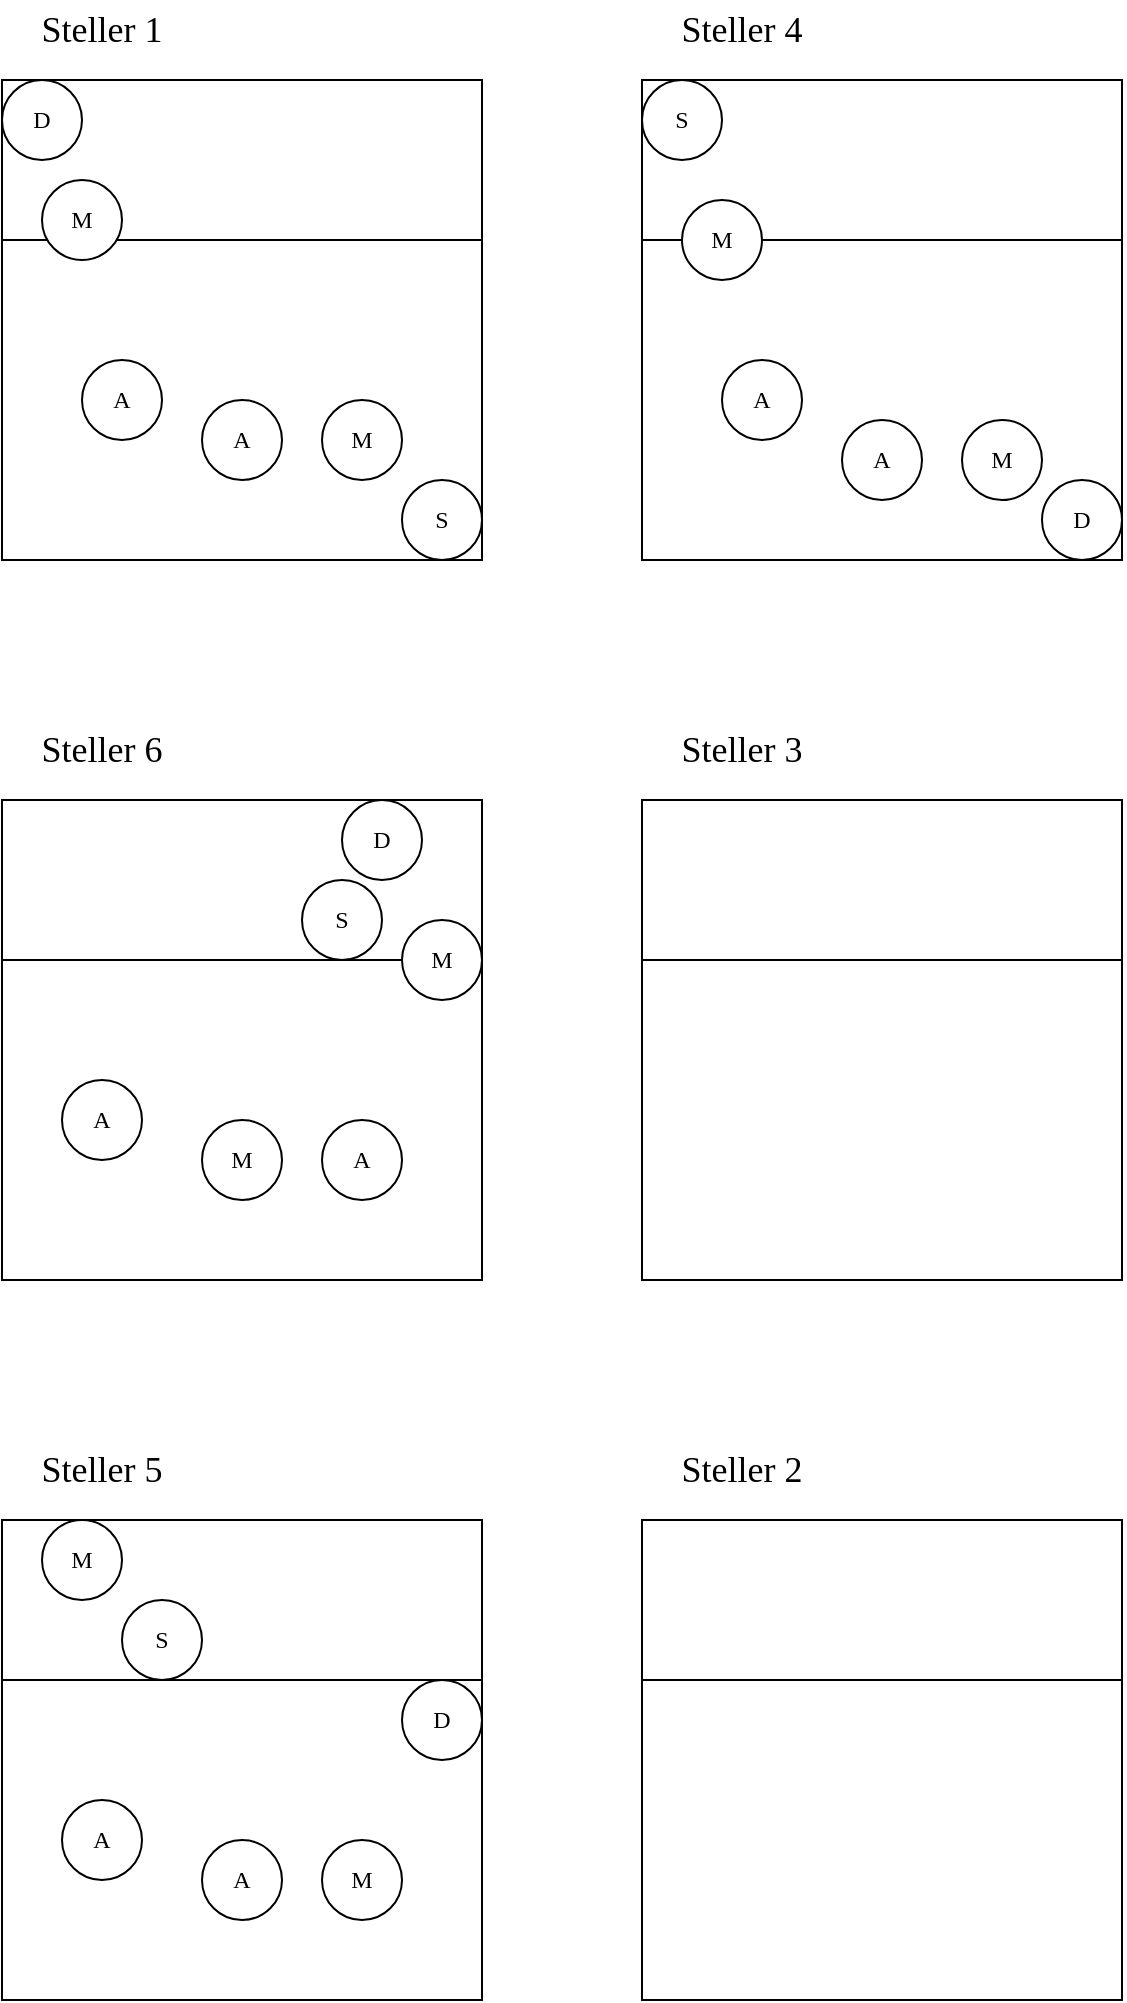
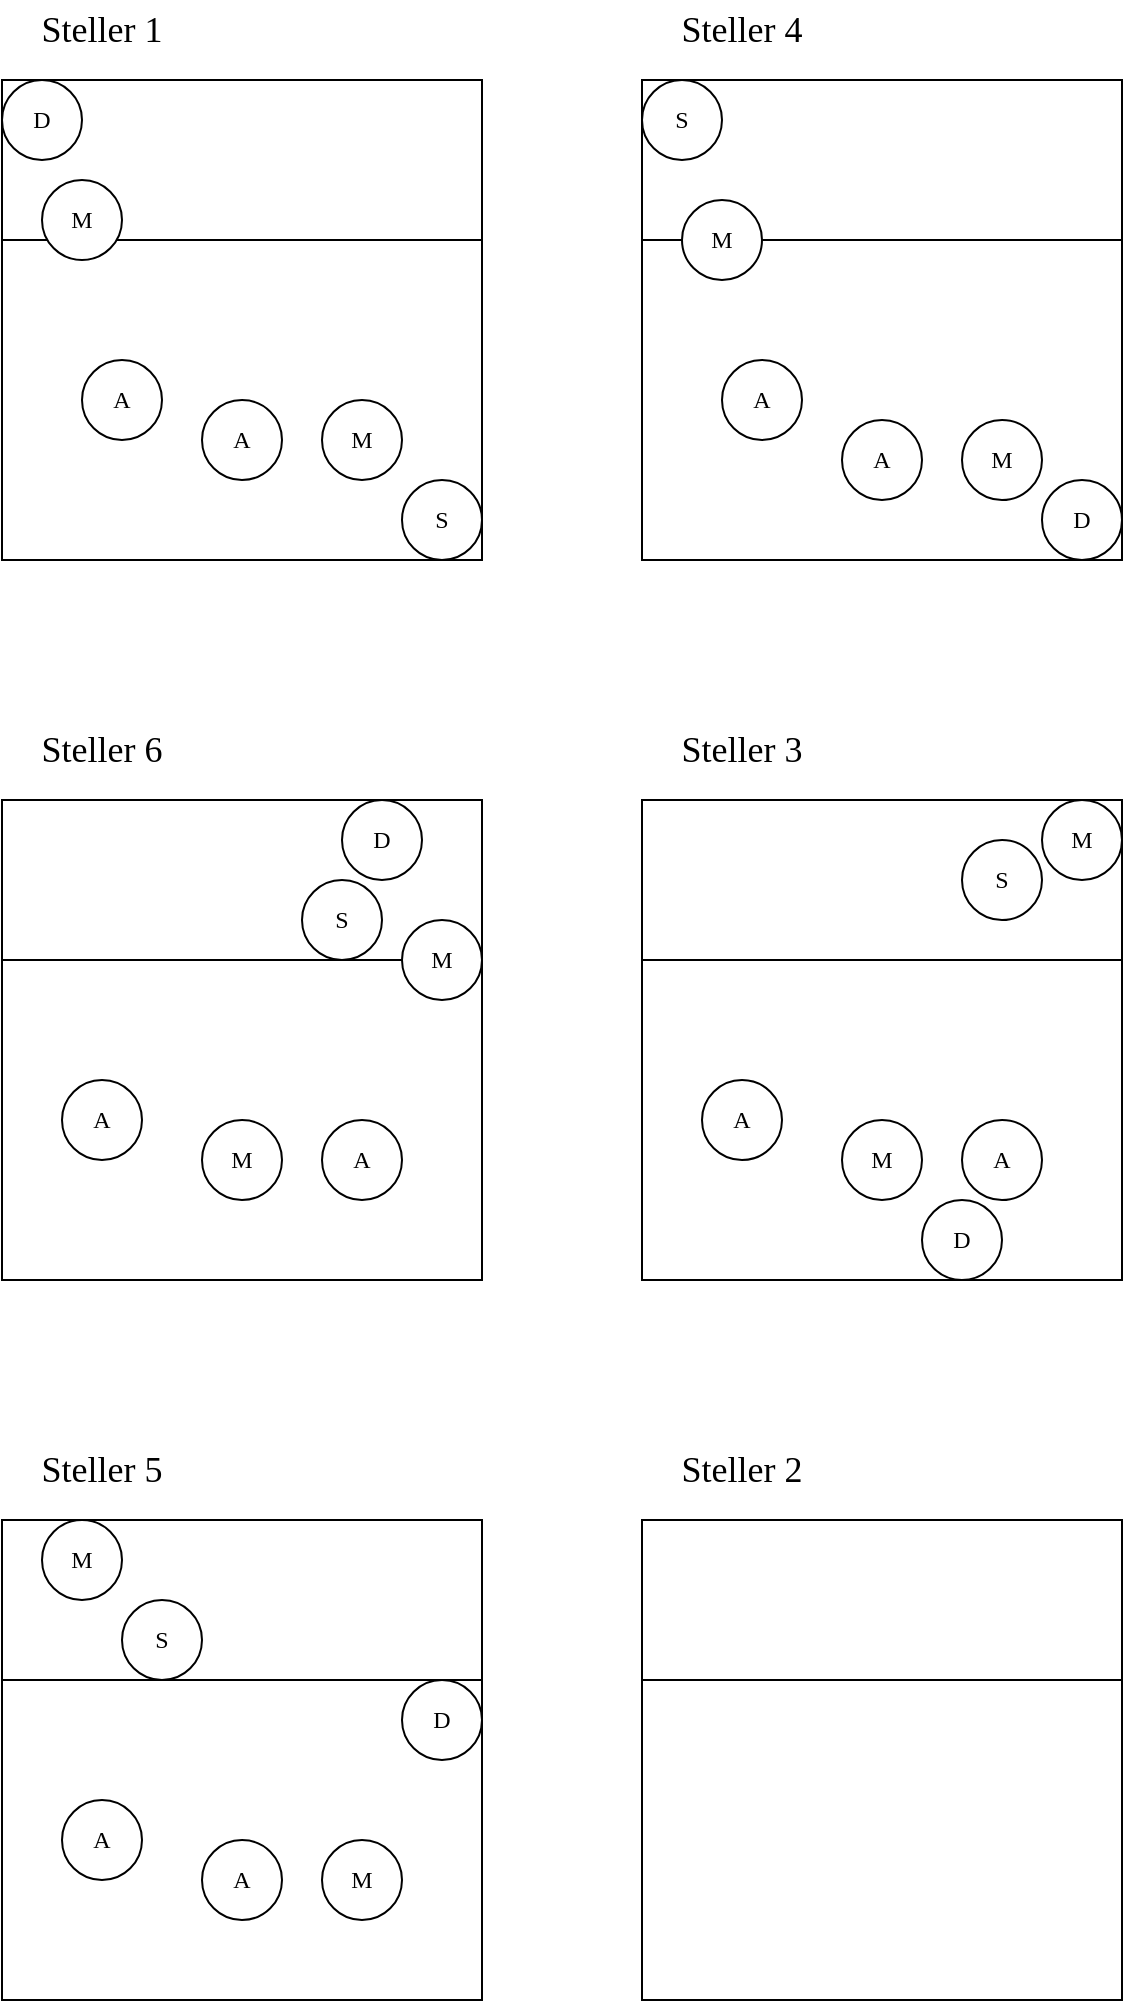
<mxfile host="app.diagrams.net">
  <diagram name="Page-1" id="OZOCQDVCYjE2PKczYgdL">
    <mxGraphModel dx="1885" dy="1025" grid="1" gridSize="10" guides="1" tooltips="1" connect="1" arrows="1" fold="1" page="1" pageScale="1" pageWidth="827" pageHeight="1169" math="0" shadow="0">
      <root>
        <mxCell id="0" />
        <mxCell id="1" parent="0" />
        <mxCell id="zb2oqQAUZKD-O9AmmNM2-22" connectable="0" parent="1" style="group" value="" vertex="1">
          <mxGeometry height="280" width="240" x="120" y="80" as="geometry" />
        </mxCell>
        <mxCell id="zb2oqQAUZKD-O9AmmNM2-3" connectable="0" parent="zb2oqQAUZKD-O9AmmNM2-22" style="group" value="" vertex="1">
          <mxGeometry height="240" width="240" y="40" as="geometry" />
        </mxCell>
        <mxCell id="zb2oqQAUZKD-O9AmmNM2-1" parent="zb2oqQAUZKD-O9AmmNM2-3" style="rounded=0;whiteSpace=wrap;html=1;" value="" vertex="1">
          <mxGeometry height="240" width="240" as="geometry" />
        </mxCell>
        <mxCell id="zb2oqQAUZKD-O9AmmNM2-2" edge="1" parent="zb2oqQAUZKD-O9AmmNM2-3" style="endArrow=none;html=1;rounded=0;" value="">
          <mxGeometry height="50" relative="1" width="50" as="geometry">
            <mxPoint y="80" as="sourcePoint" />
            <mxPoint x="240" y="80" as="targetPoint" />
          </mxGeometry>
        </mxCell>
        <mxCell id="zb2oqQAUZKD-O9AmmNM2-33" parent="zb2oqQAUZKD-O9AmmNM2-3" style="ellipse;whiteSpace=wrap;html=1;aspect=fixed;" value="&lt;font face=&quot;Fira Code&quot;&gt;S&lt;/font&gt;" vertex="1">
          <mxGeometry height="40" width="40" x="200" y="200" as="geometry" />
        </mxCell>
        <mxCell id="zb2oqQAUZKD-O9AmmNM2-34" parent="zb2oqQAUZKD-O9AmmNM2-3" style="ellipse;whiteSpace=wrap;html=1;aspect=fixed;" value="&lt;font face=&quot;Fira Code&quot;&gt;D&lt;/font&gt;" vertex="1">
          <mxGeometry height="40" width="40" as="geometry" />
        </mxCell>
        <mxCell id="zb2oqQAUZKD-O9AmmNM2-38" parent="zb2oqQAUZKD-O9AmmNM2-3" style="ellipse;whiteSpace=wrap;html=1;aspect=fixed;" value="&lt;font face=&quot;Fira Code&quot;&gt;M&lt;/font&gt;" vertex="1">
          <mxGeometry height="40" width="40" x="20" y="50" as="geometry" />
        </mxCell>
        <mxCell id="zb2oqQAUZKD-O9AmmNM2-35" parent="zb2oqQAUZKD-O9AmmNM2-3" style="ellipse;whiteSpace=wrap;html=1;aspect=fixed;" value="&lt;font face=&quot;Fira Code&quot;&gt;A&lt;/font&gt;" vertex="1">
          <mxGeometry height="40" width="40" x="40" y="140" as="geometry" />
        </mxCell>
        <mxCell id="zb2oqQAUZKD-O9AmmNM2-40" parent="zb2oqQAUZKD-O9AmmNM2-3" style="ellipse;whiteSpace=wrap;html=1;aspect=fixed;" value="&lt;font face=&quot;Fira Code&quot;&gt;A&lt;/font&gt;" vertex="1">
          <mxGeometry height="40" width="40" x="100" y="160" as="geometry" />
        </mxCell>
        <mxCell id="zb2oqQAUZKD-O9AmmNM2-41" parent="zb2oqQAUZKD-O9AmmNM2-3" style="ellipse;whiteSpace=wrap;html=1;aspect=fixed;" value="&lt;font face=&quot;Fira Code&quot;&gt;M&lt;/font&gt;" vertex="1">
          <mxGeometry height="40" width="40" x="160" y="160" as="geometry" />
        </mxCell>
        <mxCell id="zb2oqQAUZKD-O9AmmNM2-21" parent="zb2oqQAUZKD-O9AmmNM2-22" style="text;html=1;whiteSpace=wrap;strokeColor=none;fillColor=none;align=center;verticalAlign=middle;rounded=0;" value="&lt;font face=&quot;Fira Code&quot; style=&quot;font-size: 18px;&quot;&gt;Steller 1&lt;/font&gt;" vertex="1">
          <mxGeometry height="30" width="100" as="geometry" />
        </mxCell>
        <mxCell id="zb2oqQAUZKD-O9AmmNM2-24" connectable="0" parent="1" style="group" value="" vertex="1">
          <mxGeometry height="280" width="240" x="120" y="440" as="geometry" />
        </mxCell>
        <mxCell id="zb2oqQAUZKD-O9AmmNM2-4" connectable="0" parent="zb2oqQAUZKD-O9AmmNM2-24" style="group" value="" vertex="1">
          <mxGeometry height="240" width="240" y="40" as="geometry" />
        </mxCell>
        <mxCell id="zb2oqQAUZKD-O9AmmNM2-5" parent="zb2oqQAUZKD-O9AmmNM2-4" style="rounded=0;whiteSpace=wrap;html=1;" value="" vertex="1">
          <mxGeometry height="240" width="240" as="geometry" />
        </mxCell>
        <mxCell id="zb2oqQAUZKD-O9AmmNM2-6" edge="1" parent="zb2oqQAUZKD-O9AmmNM2-4" style="endArrow=none;html=1;rounded=0;" value="">
          <mxGeometry height="50" relative="1" width="50" as="geometry">
            <mxPoint y="80" as="sourcePoint" />
            <mxPoint x="240" y="80" as="targetPoint" />
          </mxGeometry>
        </mxCell>
        <mxCell id="zb2oqQAUZKD-O9AmmNM2-42" parent="zb2oqQAUZKD-O9AmmNM2-4" style="ellipse;whiteSpace=wrap;html=1;aspect=fixed;" value="&lt;font face=&quot;Fira Code&quot;&gt;S&lt;/font&gt;" vertex="1">
          <mxGeometry height="40" width="40" x="150" y="40" as="geometry" />
        </mxCell>
        <mxCell id="zb2oqQAUZKD-O9AmmNM2-43" parent="zb2oqQAUZKD-O9AmmNM2-4" style="ellipse;whiteSpace=wrap;html=1;aspect=fixed;" value="&lt;font face=&quot;Fira Code&quot;&gt;A&lt;/font&gt;" vertex="1">
          <mxGeometry height="40" width="40" x="160" y="160" as="geometry" />
        </mxCell>
        <mxCell id="zb2oqQAUZKD-O9AmmNM2-44" parent="zb2oqQAUZKD-O9AmmNM2-4" style="ellipse;whiteSpace=wrap;html=1;aspect=fixed;" value="&lt;font face=&quot;Fira Code&quot;&gt;M&lt;/font&gt;" vertex="1">
          <mxGeometry height="40" width="40" x="100" y="160" as="geometry" />
        </mxCell>
        <mxCell id="zb2oqQAUZKD-O9AmmNM2-45" parent="zb2oqQAUZKD-O9AmmNM2-4" style="ellipse;whiteSpace=wrap;html=1;aspect=fixed;" value="&lt;font face=&quot;Fira Code&quot;&gt;A&lt;/font&gt;" vertex="1">
          <mxGeometry height="40" width="40" x="30" y="140" as="geometry" />
        </mxCell>
        <mxCell id="zb2oqQAUZKD-O9AmmNM2-46" parent="zb2oqQAUZKD-O9AmmNM2-4" style="ellipse;whiteSpace=wrap;html=1;aspect=fixed;" value="&lt;font face=&quot;Fira Code&quot;&gt;M&lt;/font&gt;" vertex="1">
          <mxGeometry height="40" width="40" x="200" y="60" as="geometry" />
        </mxCell>
        <mxCell id="zb2oqQAUZKD-O9AmmNM2-47" parent="zb2oqQAUZKD-O9AmmNM2-4" style="ellipse;whiteSpace=wrap;html=1;aspect=fixed;" value="&lt;font face=&quot;Fira Code&quot;&gt;D&lt;/font&gt;" vertex="1">
          <mxGeometry height="40" width="40" x="170" as="geometry" />
        </mxCell>
        <mxCell id="zb2oqQAUZKD-O9AmmNM2-23" parent="zb2oqQAUZKD-O9AmmNM2-24" style="text;html=1;whiteSpace=wrap;strokeColor=none;fillColor=none;align=center;verticalAlign=middle;rounded=0;" value="&lt;font face=&quot;Fira Code&quot; style=&quot;font-size: 18px;&quot;&gt;Steller 6&lt;/font&gt;" vertex="1">
          <mxGeometry height="30" width="100" as="geometry" />
        </mxCell>
        <mxCell id="zb2oqQAUZKD-O9AmmNM2-26" connectable="0" parent="1" style="group" value="" vertex="1">
          <mxGeometry height="280" width="240" x="120" y="800" as="geometry" />
        </mxCell>
        <mxCell id="zb2oqQAUZKD-O9AmmNM2-7" connectable="0" parent="zb2oqQAUZKD-O9AmmNM2-26" style="group" value="" vertex="1">
          <mxGeometry height="240" width="240" y="40" as="geometry" />
        </mxCell>
        <mxCell id="zb2oqQAUZKD-O9AmmNM2-8" parent="zb2oqQAUZKD-O9AmmNM2-7" style="rounded=0;whiteSpace=wrap;html=1;" value="" vertex="1">
          <mxGeometry height="240" width="240" as="geometry" />
        </mxCell>
        <mxCell id="zb2oqQAUZKD-O9AmmNM2-9" edge="1" parent="zb2oqQAUZKD-O9AmmNM2-7" style="endArrow=none;html=1;rounded=0;" value="">
          <mxGeometry height="50" relative="1" width="50" as="geometry">
            <mxPoint y="80" as="sourcePoint" />
            <mxPoint x="240" y="80" as="targetPoint" />
          </mxGeometry>
        </mxCell>
        <mxCell id="AQSm3BmQBUWCDuCb71Ed-1" parent="zb2oqQAUZKD-O9AmmNM2-7" style="ellipse;whiteSpace=wrap;html=1;aspect=fixed;direction=south;" value="&lt;font face=&quot;Fira Code&quot;&gt;S&lt;/font&gt;" vertex="1">
          <mxGeometry height="40" width="40" x="60" y="40" as="geometry" />
        </mxCell>
        <mxCell id="AQSm3BmQBUWCDuCb71Ed-2" parent="zb2oqQAUZKD-O9AmmNM2-7" style="ellipse;whiteSpace=wrap;html=1;aspect=fixed;" value="&lt;font face=&quot;Fira Code&quot;&gt;M&lt;/font&gt;" vertex="1">
          <mxGeometry height="40" width="40" x="20" as="geometry" />
        </mxCell>
        <mxCell id="AQSm3BmQBUWCDuCb71Ed-3" parent="zb2oqQAUZKD-O9AmmNM2-7" style="ellipse;whiteSpace=wrap;html=1;aspect=fixed;" value="&lt;font face=&quot;Fira Code&quot;&gt;M&lt;/font&gt;" vertex="1">
          <mxGeometry height="40" width="40" x="160" y="160" as="geometry" />
        </mxCell>
        <mxCell id="AQSm3BmQBUWCDuCb71Ed-4" parent="zb2oqQAUZKD-O9AmmNM2-7" style="ellipse;whiteSpace=wrap;html=1;aspect=fixed;" value="&lt;font face=&quot;Fira Code&quot;&gt;A&lt;/font&gt;" vertex="1">
          <mxGeometry height="40" width="40" x="100" y="160" as="geometry" />
        </mxCell>
        <mxCell id="AQSm3BmQBUWCDuCb71Ed-5" parent="zb2oqQAUZKD-O9AmmNM2-7" style="ellipse;whiteSpace=wrap;html=1;aspect=fixed;" value="&lt;font face=&quot;Fira Code&quot;&gt;A&lt;/font&gt;" vertex="1">
          <mxGeometry height="40" width="40" x="30" y="140" as="geometry" />
        </mxCell>
        <mxCell id="AQSm3BmQBUWCDuCb71Ed-6" parent="zb2oqQAUZKD-O9AmmNM2-7" style="ellipse;whiteSpace=wrap;html=1;aspect=fixed;" value="&lt;font face=&quot;Fira Code&quot;&gt;D&lt;/font&gt;" vertex="1">
          <mxGeometry height="40" width="40" x="200" y="80" as="geometry" />
        </mxCell>
        <mxCell id="zb2oqQAUZKD-O9AmmNM2-25" parent="zb2oqQAUZKD-O9AmmNM2-26" style="text;html=1;whiteSpace=wrap;strokeColor=none;fillColor=none;align=center;verticalAlign=middle;rounded=0;" value="&lt;font face=&quot;Fira Code&quot; style=&quot;font-size: 18px;&quot;&gt;Steller 5&lt;/font&gt;" vertex="1">
          <mxGeometry height="30" width="100" as="geometry" />
        </mxCell>
        <mxCell id="zb2oqQAUZKD-O9AmmNM2-28" connectable="0" parent="1" style="group" value="" vertex="1">
          <mxGeometry height="280" width="240" x="440" y="80" as="geometry" />
        </mxCell>
        <mxCell id="zb2oqQAUZKD-O9AmmNM2-10" connectable="0" parent="zb2oqQAUZKD-O9AmmNM2-28" style="group" value="" vertex="1">
          <mxGeometry height="240" width="240" y="40" as="geometry" />
        </mxCell>
        <mxCell id="zb2oqQAUZKD-O9AmmNM2-11" parent="zb2oqQAUZKD-O9AmmNM2-10" style="rounded=0;whiteSpace=wrap;html=1;" value="" vertex="1">
          <mxGeometry height="240" width="240" as="geometry" />
        </mxCell>
        <mxCell id="zb2oqQAUZKD-O9AmmNM2-12" edge="1" parent="zb2oqQAUZKD-O9AmmNM2-10" style="endArrow=none;html=1;rounded=0;" value="">
          <mxGeometry height="50" relative="1" width="50" as="geometry">
            <mxPoint y="80" as="sourcePoint" />
            <mxPoint x="240" y="80" as="targetPoint" />
          </mxGeometry>
        </mxCell>
        <mxCell id="AQSm3BmQBUWCDuCb71Ed-7" parent="zb2oqQAUZKD-O9AmmNM2-10" style="ellipse;whiteSpace=wrap;html=1;aspect=fixed;" value="&lt;font face=&quot;Fira Code&quot;&gt;S&lt;/font&gt;" vertex="1">
          <mxGeometry height="40" width="40" as="geometry" />
        </mxCell>
        <mxCell id="AQSm3BmQBUWCDuCb71Ed-9" parent="zb2oqQAUZKD-O9AmmNM2-10" style="ellipse;whiteSpace=wrap;html=1;aspect=fixed;" value="&lt;font face=&quot;Fira Code&quot;&gt;D&lt;/font&gt;" vertex="1">
          <mxGeometry height="40" width="40" x="200" y="200" as="geometry" />
        </mxCell>
        <mxCell id="AQSm3BmQBUWCDuCb71Ed-11" parent="zb2oqQAUZKD-O9AmmNM2-10" style="ellipse;whiteSpace=wrap;html=1;aspect=fixed;" value="&lt;font face=&quot;Fira Code&quot;&gt;M&lt;/font&gt;" vertex="1">
          <mxGeometry height="40" width="40" x="20" y="60" as="geometry" />
        </mxCell>
        <mxCell id="AQSm3BmQBUWCDuCb71Ed-12" parent="zb2oqQAUZKD-O9AmmNM2-10" style="ellipse;whiteSpace=wrap;html=1;aspect=fixed;" value="&lt;font face=&quot;Fira Code&quot;&gt;M&lt;/font&gt;" vertex="1">
          <mxGeometry height="40" width="40" x="160" y="170" as="geometry" />
        </mxCell>
        <mxCell id="AQSm3BmQBUWCDuCb71Ed-10" parent="zb2oqQAUZKD-O9AmmNM2-10" style="ellipse;whiteSpace=wrap;html=1;aspect=fixed;" value="&lt;font face=&quot;Fira Code&quot;&gt;A&lt;/font&gt;" vertex="1">
          <mxGeometry height="40" width="40" x="40" y="140" as="geometry" />
        </mxCell>
        <mxCell id="AQSm3BmQBUWCDuCb71Ed-13" parent="zb2oqQAUZKD-O9AmmNM2-10" style="ellipse;whiteSpace=wrap;html=1;aspect=fixed;" value="&lt;font face=&quot;Fira Code&quot;&gt;A&lt;/font&gt;" vertex="1">
          <mxGeometry height="40" width="40" x="100" y="170" as="geometry" />
        </mxCell>
        <mxCell id="zb2oqQAUZKD-O9AmmNM2-27" parent="zb2oqQAUZKD-O9AmmNM2-28" style="text;html=1;whiteSpace=wrap;strokeColor=none;fillColor=none;align=center;verticalAlign=middle;rounded=0;" value="&lt;font face=&quot;Fira Code&quot; style=&quot;font-size: 18px;&quot;&gt;Steller 4&lt;/font&gt;" vertex="1">
          <mxGeometry height="30" width="100" as="geometry" />
        </mxCell>
        <mxCell id="zb2oqQAUZKD-O9AmmNM2-30" connectable="0" parent="1" style="group" value="" vertex="1">
          <mxGeometry height="280" width="240" x="440" y="440" as="geometry" />
        </mxCell>
        <mxCell id="zb2oqQAUZKD-O9AmmNM2-13" connectable="0" parent="zb2oqQAUZKD-O9AmmNM2-30" style="group" value="" vertex="1">
          <mxGeometry height="240" width="240" y="40" as="geometry" />
        </mxCell>
        <mxCell id="zb2oqQAUZKD-O9AmmNM2-14" parent="zb2oqQAUZKD-O9AmmNM2-13" style="rounded=0;whiteSpace=wrap;html=1;" value="" vertex="1">
          <mxGeometry height="240" width="240" as="geometry" />
        </mxCell>
        <mxCell id="zb2oqQAUZKD-O9AmmNM2-15" edge="1" parent="zb2oqQAUZKD-O9AmmNM2-13" style="endArrow=none;html=1;rounded=0;" value="">
          <mxGeometry height="50" relative="1" width="50" as="geometry">
            <mxPoint y="80" as="sourcePoint" />
            <mxPoint x="240" y="80" as="targetPoint" />
          </mxGeometry>
        </mxCell>
+         <mxCell id="AQSm3BmQBUWCDuCb71Ed-14" parent="zb2oqQAUZKD-O9AmmNM2-13" style="ellipse;whiteSpace=wrap;html=1;aspect=fixed;" value="&lt;font face=&quot;Fira Code&quot;&gt;S&lt;/font&gt;" vertex="1">
+           <mxGeometry height="40" width="40" x="160" y="20" as="geometry" />
+         </mxCell>
+         <mxCell id="AQSm3BmQBUWCDuCb71Ed-15" parent="zb2oqQAUZKD-O9AmmNM2-13" style="ellipse;whiteSpace=wrap;html=1;aspect=fixed;" value="&lt;font face=&quot;Fira Code&quot;&gt;D&lt;/font&gt;" vertex="1">
+           <mxGeometry height="40" width="40" x="140" y="200" as="geometry" />
+         </mxCell>
+         <mxCell id="AQSm3BmQBUWCDuCb71Ed-16" parent="zb2oqQAUZKD-O9AmmNM2-13" style="ellipse;whiteSpace=wrap;html=1;aspect=fixed;" value="&lt;font face=&quot;Fira Code&quot;&gt;A&lt;/font&gt;" vertex="1">
+           <mxGeometry height="40" width="40" x="160" y="160" as="geometry" />
+         </mxCell>
+         <mxCell id="AQSm3BmQBUWCDuCb71Ed-17" parent="zb2oqQAUZKD-O9AmmNM2-13" style="ellipse;whiteSpace=wrap;html=1;aspect=fixed;" value="&lt;font face=&quot;Fira Code&quot;&gt;M&lt;/font&gt;" vertex="1">
+           <mxGeometry height="40" width="40" x="100" y="160" as="geometry" />
+         </mxCell>
+         <mxCell id="AQSm3BmQBUWCDuCb71Ed-18" parent="zb2oqQAUZKD-O9AmmNM2-13" style="ellipse;whiteSpace=wrap;html=1;aspect=fixed;" value="&lt;font face=&quot;Fira Code&quot;&gt;M&lt;/font&gt;" vertex="1">
+           <mxGeometry height="40" width="40" x="200" as="geometry" />
+         </mxCell>
+         <mxCell id="AQSm3BmQBUWCDuCb71Ed-20" parent="zb2oqQAUZKD-O9AmmNM2-13" style="ellipse;whiteSpace=wrap;html=1;aspect=fixed;" value="&lt;font face=&quot;Fira Code&quot;&gt;A&lt;/font&gt;" vertex="1">
+           <mxGeometry height="40" width="40" x="30" y="140" as="geometry" />
+         </mxCell>
        <mxCell id="zb2oqQAUZKD-O9AmmNM2-29" parent="zb2oqQAUZKD-O9AmmNM2-30" style="text;html=1;whiteSpace=wrap;strokeColor=none;fillColor=none;align=center;verticalAlign=middle;rounded=0;" value="&lt;font face=&quot;Fira Code&quot; style=&quot;font-size: 18px;&quot;&gt;Steller 3&lt;/font&gt;" vertex="1">
          <mxGeometry height="30" width="100" as="geometry" />
        </mxCell>
        <mxCell id="zb2oqQAUZKD-O9AmmNM2-32" connectable="0" parent="1" style="group" value="" vertex="1">
          <mxGeometry height="280" width="240" x="440" y="800" as="geometry" />
        </mxCell>
        <mxCell id="zb2oqQAUZKD-O9AmmNM2-16" connectable="0" parent="zb2oqQAUZKD-O9AmmNM2-32" style="group" value="" vertex="1">
          <mxGeometry height="240" width="240" y="40" as="geometry" />
        </mxCell>
        <mxCell id="zb2oqQAUZKD-O9AmmNM2-17" parent="zb2oqQAUZKD-O9AmmNM2-16" style="rounded=0;whiteSpace=wrap;html=1;" value="" vertex="1">
          <mxGeometry height="240" width="240" as="geometry" />
        </mxCell>
        <mxCell id="zb2oqQAUZKD-O9AmmNM2-18" edge="1" parent="zb2oqQAUZKD-O9AmmNM2-16" style="endArrow=none;html=1;rounded=0;" value="">
          <mxGeometry height="50" relative="1" width="50" as="geometry">
            <mxPoint y="80" as="sourcePoint" />
            <mxPoint x="240" y="80" as="targetPoint" />
          </mxGeometry>
        </mxCell>
        <mxCell id="zb2oqQAUZKD-O9AmmNM2-31" parent="zb2oqQAUZKD-O9AmmNM2-32" style="text;html=1;whiteSpace=wrap;strokeColor=none;fillColor=none;align=center;verticalAlign=middle;rounded=0;" value="&lt;font face=&quot;Fira Code&quot; style=&quot;font-size: 18px;&quot;&gt;Steller 2&lt;/font&gt;" vertex="1">
          <mxGeometry height="30" width="100" as="geometry" />
        </mxCell>
      </root>
    </mxGraphModel>
  </diagram>
</mxfile>
